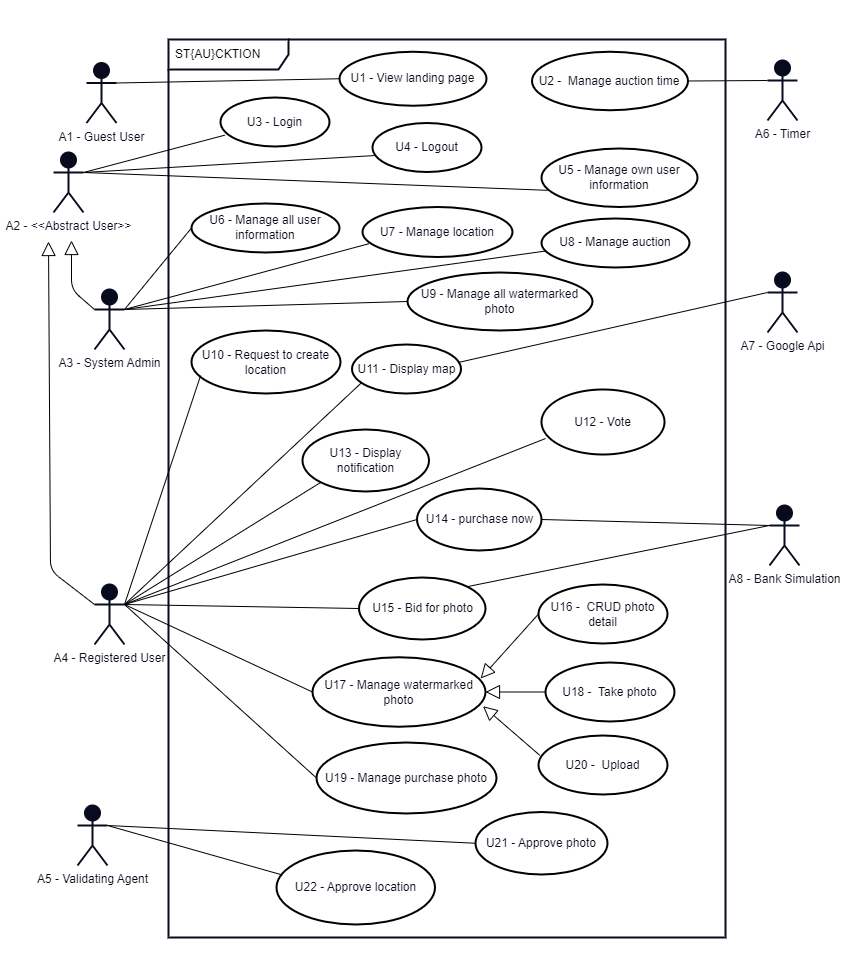
staucktion/docs keeps this draw.io diagram as diagrams/use-case-diagram/staucktion/use-case-diagram.png. Above is the earlier version. Source tidied: cells renumbered, new cells last; positions are measured from the earlier drawing's top-left corner, leaving out a move shared by most shapes. Source of this version:
```xml
<mxGraphModel background="#FFFFFF">
  <root>
    <mxCell id="0" />
    <mxCell id="1" parent="0" />
    <mxCell id="2" style="rounded=0;whiteSpace=wrap;html=1;strokeColor=#FFFFFF;strokeWidth=2;fontColor=#070B1D;fillColor=none;gradientColor=none;" parent="1" vertex="1">
      <mxGeometry width="839" height="955" as="geometry" />
    </mxCell>
    <mxCell id="3" value="ST{AU}CKTION" style="shape=umlFrame;whiteSpace=wrap;html=1;width=120;height=30;boundedLbl=1;verticalAlign=middle;align=left;spacingLeft=5;strokeWidth=2;swimlaneFillColor=none;perimeterSpacing=1;strokeColor=#070B1D;" parent="1" vertex="1">
      <mxGeometry x="167" y="38" width="557" height="898" as="geometry" />
    </mxCell>
    <mxCell id="4" value="&lt;font color=&quot;#070b1d&quot;&gt;A2 - &amp;lt;&amp;lt;Abstract User&amp;gt;&amp;gt;&lt;br&gt;&lt;/font&gt;" style="shape=umlActor;verticalLabelPosition=bottom;verticalAlign=top;html=1;strokeColor=#070B1D;strokeWidth=2;fillColor=#070B1D;gradientColor=none;" parent="1" vertex="1">
      <mxGeometry x="52" y="151" width="30" height="60" as="geometry" />
    </mxCell>
    <mxCell id="5" value="U7 - Manage location" style="ellipse;whiteSpace=wrap;html=1;strokeColor=#000000;strokeWidth=2;fontColor=#070B1D;fillColor=none;gradientColor=none;" parent="1" vertex="1">
      <mxGeometry x="361" y="205.5" width="150" height="50" as="geometry" />
    </mxCell>
    <mxCell id="6" value="U5 - Manage own user information" style="ellipse;whiteSpace=wrap;html=1;strokeColor=#000000;strokeWidth=2;fontColor=#070B1D;fillColor=none;gradientColor=none;" parent="1" vertex="1">
      <mxGeometry x="540" y="147" width="156" height="58.5" as="geometry" />
    </mxCell>
    <mxCell id="7" value="U20 -&amp;nbsp; Upload" style="ellipse;whiteSpace=wrap;html=1;strokeColor=#000000;strokeWidth=2;fontColor=#070B1D;fillColor=none;gradientColor=none;" parent="1" vertex="1">
      <mxGeometry x="537" y="734" width="129" height="59" as="geometry" />
    </mxCell>
    <mxCell id="8" value="U3 - Login" style="ellipse;whiteSpace=wrap;html=1;strokeColor=#000000;strokeWidth=2;fontColor=#070B1D;fillColor=none;gradientColor=none;" parent="1" vertex="1">
      <mxGeometry x="219" y="96" width="109" height="49" as="geometry" />
    </mxCell>
    <mxCell id="9" value="U4 - Logout" style="ellipse;whiteSpace=wrap;html=1;strokeColor=#000000;strokeWidth=2;fontColor=#070B1D;fillColor=none;gradientColor=none;" parent="1" vertex="1">
      <mxGeometry x="371" y="121.5" width="109" height="49" as="geometry" />
    </mxCell>
    <mxCell id="10" value="U15 -&amp;nbsp;Bid for photo" style="ellipse;whiteSpace=wrap;html=1;strokeColor=#000000;strokeWidth=2;fontColor=#070B1D;fillColor=none;gradientColor=none;" parent="1" vertex="1">
      <mxGeometry x="357.5" y="576" width="126.5" height="62" as="geometry" />
    </mxCell>
    <mxCell id="11" value="&lt;font color=&quot;#070b1d&quot;&gt;A8 - Bank Simulation&lt;br&gt;&lt;/font&gt;" style="shape=umlActor;verticalLabelPosition=bottom;verticalAlign=top;html=1;strokeColor=#070B1D;strokeWidth=2;fillColor=#070B1D;gradientColor=none;" parent="1" vertex="1">
      <mxGeometry x="768" y="504" width="30" height="60" as="geometry" />
    </mxCell>
    <mxCell id="12" value="&lt;font color=&quot;#070b1d&quot;&gt;A7 - Google Api&lt;br&gt;&lt;/font&gt;" style="shape=umlActor;verticalLabelPosition=bottom;verticalAlign=top;html=1;strokeColor=#070B1D;strokeWidth=2;fillColor=#070B1D;gradientColor=none;" parent="1" vertex="1">
      <mxGeometry x="766" y="271" width="30" height="60" as="geometry" />
    </mxCell>
    <mxCell id="13" value="&lt;font color=&quot;#070b1d&quot;&gt;A3 - System Admin&lt;br&gt;&lt;/font&gt;" style="shape=umlActor;verticalLabelPosition=bottom;verticalAlign=top;html=1;strokeColor=#070B1D;strokeWidth=2;fillColor=#070B1D;gradientColor=none;" parent="1" vertex="1">
      <mxGeometry x="93" y="288" width="30" height="60" as="geometry" />
    </mxCell>
    <mxCell id="14" value="U14 - purchase now" style="ellipse;whiteSpace=wrap;html=1;strokeColor=#000000;strokeWidth=2;fontColor=#070B1D;fillColor=none;gradientColor=none;" parent="1" vertex="1">
      <mxGeometry x="415.5" y="487" width="124.5" height="62" as="geometry" />
    </mxCell>
    <mxCell id="15" value="U12 - Vote" style="ellipse;whiteSpace=wrap;html=1;strokeColor=#000000;strokeWidth=2;fontColor=#070B1D;fillColor=none;gradientColor=none;" parent="1" vertex="1">
      <mxGeometry x="540" y="388" width="123" height="65" as="geometry" />
    </mxCell>
    <mxCell id="16" value="U17 - Manage watermarked photo" style="ellipse;whiteSpace=wrap;html=1;strokeColor=#000000;strokeWidth=2;fontColor=#070B1D;fillColor=none;gradientColor=none;" parent="1" vertex="1">
      <mxGeometry x="311" y="655.8" width="173" height="69.5" as="geometry" />
    </mxCell>
    <mxCell id="17" value="U21 - Approve photo" style="ellipse;whiteSpace=wrap;html=1;strokeColor=#000000;strokeWidth=2;fontColor=#070B1D;fillColor=none;gradientColor=none;" parent="1" vertex="1">
      <mxGeometry x="474" y="810.5" width="132" height="62.5" as="geometry" />
    </mxCell>
    <mxCell id="18" value="&lt;font color=&quot;#070b1d&quot;&gt;A5 - Validating Agent&lt;br&gt;&lt;/font&gt;" style="shape=umlActor;verticalLabelPosition=bottom;verticalAlign=top;html=1;strokeColor=#070B1D;strokeWidth=2;fillColor=#070B1D;gradientColor=none;" parent="1" vertex="1">
      <mxGeometry x="76" y="804" width="30" height="60" as="geometry" />
    </mxCell>
    <mxCell id="19" style="endArrow=none;html=1;rounded=1;strokeColor=#000000;fontColor=#070B1D;exitX=1;exitY=0.5;exitDx=0;exitDy=0;entryX=0;entryY=0.3333333333333333;entryDx=0;entryDy=0;entryPerimeter=0;" parent="1" edge="1" source="14" target="11">
      <mxGeometry relative="1" as="geometry" />
    </mxCell>
    <mxCell id="20" style="endArrow=none;html=1;strokeColor=#000000;exitX=0.041;exitY=0.768;exitDx=0;exitDy=0;entryX=1;entryY=0.3333333333333333;entryDx=0;entryDy=0;entryPerimeter=0;exitPerimeter=0;" parent="1" edge="1" source="8" target="4">
      <mxGeometry relative="1" as="geometry" />
    </mxCell>
    <mxCell id="21" style="endArrow=none;html=1;strokeColor=#000000;exitX=0.022;exitY=0.664;exitDx=0;exitDy=0;entryX=1;entryY=0.3333333333333333;entryDx=0;entryDy=0;entryPerimeter=0;exitPerimeter=0;" parent="1" edge="1" source="9" target="4">
      <mxGeometry relative="1" as="geometry" />
    </mxCell>
    <mxCell id="22" style="endArrow=none;html=1;strokeColor=#000000;exitX=0.04;exitY=0.715;exitDx=0;exitDy=0;entryX=1;entryY=0.3333333333333333;entryDx=0;entryDy=0;entryPerimeter=0;exitPerimeter=0;" parent="1" edge="1" source="6" target="4">
      <mxGeometry relative="1" as="geometry" />
    </mxCell>
    <mxCell id="23" style="endArrow=none;html=1;strokeColor=#000000;entryX=1;entryY=0.3333333333333333;entryDx=0;entryDy=0;exitX=0.044;exitY=0.733;exitDx=0;exitDy=0;entryPerimeter=0;exitPerimeter=0;" parent="1" edge="1" source="5" target="13">
      <mxGeometry relative="1" as="geometry" />
    </mxCell>
    <mxCell id="24" style="endArrow=none;html=1;strokeColor=#000000;entryX=1;entryY=0.3333333333333333;entryDx=0;entryDy=0;exitX=0;exitY=0.5;exitDx=0;exitDy=0;entryPerimeter=0;" parent="1" edge="1" source="17" target="18">
      <mxGeometry relative="1" as="geometry" />
    </mxCell>
    <mxCell id="25" style="endArrow=none;html=1;strokeColor=#000000;entryX=1;entryY=0.3333333333333333;entryDx=0;entryDy=0;exitX=0;exitY=0.5;exitDx=0;exitDy=0;entryPerimeter=0;" parent="1" edge="1" source="16" target="34">
      <mxGeometry relative="1" as="geometry" />
    </mxCell>
    <mxCell id="26" style="endArrow=none;html=1;strokeColor=#000000;entryX=1;entryY=0.3333333333333333;entryDx=0;entryDy=0;exitX=0;exitY=0.5;exitDx=0;exitDy=0;entryPerimeter=0;" parent="1" edge="1" source="10" target="34">
      <mxGeometry relative="1" as="geometry" />
    </mxCell>
    <mxCell id="27" style="endArrow=none;html=1;strokeColor=#000000;entryX=1;entryY=0.3333333333333333;entryDx=0;entryDy=0;exitX=0;exitY=0.5;exitDx=0;exitDy=0;entryPerimeter=0;" parent="1" edge="1" source="14" target="34">
      <mxGeometry relative="1" as="geometry" />
    </mxCell>
    <mxCell id="28" value="U1 - View landing page" style="ellipse;whiteSpace=wrap;html=1;strokeColor=#000000;strokeWidth=2;fontColor=#070B1D;fillColor=none;gradientColor=none;" parent="1" vertex="1">
      <mxGeometry x="338" y="50.2" width="147" height="54" as="geometry" />
    </mxCell>
    <mxCell id="29" value="&lt;font color=&quot;#070b1d&quot;&gt;A1 - Guest User&lt;br&gt;&lt;/font&gt;" style="shape=umlActor;verticalLabelPosition=bottom;verticalAlign=top;html=1;strokeColor=#070B1D;strokeWidth=2;fillColor=#070B1D;gradientColor=none;" parent="1" vertex="1">
      <mxGeometry x="85" y="61.5" width="30" height="60" as="geometry" />
    </mxCell>
    <mxCell id="30" style="endArrow=none;html=1;strokeColor=#000000;exitX=0;exitY=0.5;exitDx=0;exitDy=0;entryX=1;entryY=0.3333333333333333;entryDx=0;entryDy=0;entryPerimeter=0;exitPerimeter=0;" parent="1" edge="1" source="28" target="29">
      <mxGeometry relative="1" as="geometry" />
    </mxCell>
    <mxCell id="31" style="edgeStyle=none;html=1;endSize=12;endArrow=block;endFill=0;strokeColor=#000000;exitX=0;exitY=0.3333333333333333;exitDx=0;exitDy=0;exitPerimeter=0;" parent="1" edge="1" source="13">
      <mxGeometry relative="1" as="geometry">
        <mxPoint x="70" y="239" as="targetPoint" />
        <Array as="points">
          <mxPoint x="70" y="288" />
        </Array>
      </mxGeometry>
    </mxCell>
    <mxCell id="32" style="edgeStyle=none;html=1;endSize=12;endArrow=block;endFill=0;strokeColor=#000000;exitX=0;exitY=0.3333333333333333;exitDx=0;exitDy=0;exitPerimeter=0;" parent="1" edge="1" source="34">
      <mxGeometry relative="1" as="geometry">
        <mxPoint x="47" y="240" as="targetPoint" />
        <Array as="points">
          <mxPoint x="49" y="569" />
        </Array>
      </mxGeometry>
    </mxCell>
    <mxCell id="33" style="endArrow=none;html=1;rounded=1;strokeColor=#000000;fontColor=#070B1D;exitX=1;exitY=0;exitDx=0;exitDy=0;entryX=0;entryY=0.3333333333333333;entryDx=0;entryDy=0;entryPerimeter=0;" parent="1" edge="1" source="10" target="11">
      <mxGeometry relative="1" as="geometry" />
    </mxCell>
    <mxCell id="34" value="&lt;font color=&quot;#070b1d&quot;&gt;A4 - Registered User&lt;br&gt;&lt;/font&gt;" style="shape=umlActor;verticalLabelPosition=bottom;verticalAlign=top;html=1;strokeColor=#070B1D;strokeWidth=2;fillColor=#070B1D;gradientColor=none;" parent="1" vertex="1">
      <mxGeometry x="93" y="583" width="30" height="60" as="geometry" />
    </mxCell>
    <mxCell id="35" value="U10 - Request to create location" style="ellipse;whiteSpace=wrap;html=1;strokeColor=#000000;strokeWidth=2;fontColor=#070B1D;fillColor=none;gradientColor=none;" parent="1" vertex="1">
      <mxGeometry x="190" y="329" width="149" height="63" as="geometry" />
    </mxCell>
    <mxCell id="36" value="U22 -&amp;nbsp;Approve location" style="ellipse;whiteSpace=wrap;html=1;strokeColor=#000000;strokeWidth=2;fontColor=#070B1D;fillColor=none;gradientColor=none;" parent="1" vertex="1">
      <mxGeometry x="275" y="849" width="158.5" height="74" as="geometry" />
    </mxCell>
    <mxCell id="37" style="endArrow=none;html=1;strokeColor=#000000;entryX=1;entryY=0.3333333333333333;entryDx=0;entryDy=0;exitX=0.032;exitY=0.328;exitDx=0;exitDy=0;entryPerimeter=0;exitPerimeter=0;" parent="1" edge="1" source="36" target="18">
      <mxGeometry relative="1" as="geometry" />
    </mxCell>
    <mxCell id="38" value="U11 -&amp;nbsp;Display map" style="ellipse;whiteSpace=wrap;html=1;strokeColor=#000000;strokeWidth=2;fontColor=#070B1D;fillColor=none;gradientColor=none;" parent="1" vertex="1">
      <mxGeometry x="350.5" y="343" width="109" height="49" as="geometry" />
    </mxCell>
    <mxCell id="39" style="endArrow=none;html=1;strokeColor=#000000;exitX=0.084;exitY=0.787;exitDx=0;exitDy=0;entryX=1;entryY=0.3333333333333333;entryDx=0;entryDy=0;entryPerimeter=0;exitPerimeter=0;" parent="1" edge="1" source="38" target="34">
      <mxGeometry relative="1" as="geometry" />
    </mxCell>
    <mxCell id="40" style="endArrow=none;html=1;strokeColor=#000000;entryX=0;entryY=0.3333333333333333;entryDx=0;entryDy=0;entryPerimeter=0;exitX=0.987;exitY=0.361;exitDx=0;exitDy=0;exitPerimeter=0;" parent="1" edge="1" source="38" target="12">
      <mxGeometry relative="1" as="geometry" />
    </mxCell>
    <mxCell id="41" style="endArrow=none;html=1;strokeColor=#000000;exitX=0.061;exitY=0.716;exitDx=0;exitDy=0;entryX=1;entryY=0.3333333333333333;entryDx=0;entryDy=0;entryPerimeter=0;exitPerimeter=0;" parent="1" edge="1" source="35" target="34">
      <mxGeometry relative="1" as="geometry" />
    </mxCell>
    <mxCell id="42" value="&lt;font color=&quot;#070b1d&quot;&gt;A6 - Timer&lt;br&gt;&lt;/font&gt;" style="shape=umlActor;verticalLabelPosition=bottom;verticalAlign=top;html=1;strokeColor=#070B1D;strokeWidth=2;fillColor=#070B1D;gradientColor=none;" parent="1" vertex="1">
      <mxGeometry x="766" y="59" width="30" height="60" as="geometry" />
    </mxCell>
    <mxCell id="43" value="U2 -&amp;nbsp;&amp;nbsp;Manage auction time" style="ellipse;whiteSpace=wrap;html=1;strokeColor=#000000;strokeWidth=2;fontColor=#070B1D;fillColor=none;gradientColor=none;" parent="1" vertex="1">
      <mxGeometry x="530.5" y="50.2" width="156" height="58.5" as="geometry" />
    </mxCell>
    <mxCell id="44" style="endArrow=none;html=1;strokeColor=#000000;exitX=0;exitY=0.3333333333333333;exitDx=0;exitDy=0;entryX=1;entryY=0.5;entryDx=0;entryDy=0;exitPerimeter=0;" parent="1" edge="1" source="42" target="43">
      <mxGeometry relative="1" as="geometry" />
    </mxCell>
    <mxCell id="45" value="U6 - Manage all user information" style="ellipse;whiteSpace=wrap;html=1;strokeColor=#000000;strokeWidth=2;fontColor=#070B1D;fillColor=none;gradientColor=none;" parent="1" vertex="1">
      <mxGeometry x="190" y="202" width="148" height="49" as="geometry" />
    </mxCell>
    <mxCell id="46" style="endArrow=none;html=1;strokeColor=#000000;entryX=1;entryY=0.3333333333333333;entryDx=0;entryDy=0;exitX=0;exitY=0.5;exitDx=0;exitDy=0;entryPerimeter=0;" parent="1" edge="1" source="45" target="13">
      <mxGeometry relative="1" as="geometry" />
    </mxCell>
    <mxCell id="47" value="U8 - Manage auction" style="ellipse;whiteSpace=wrap;html=1;strokeColor=#000000;strokeWidth=2;fontColor=#070B1D;fillColor=none;gradientColor=none;" parent="1" vertex="1">
      <mxGeometry x="540" y="217" width="148" height="49" as="geometry" />
    </mxCell>
    <mxCell id="48" style="endArrow=none;html=1;strokeColor=#000000;entryX=1;entryY=0.3333333333333333;entryDx=0;entryDy=0;exitX=0.023;exitY=0.666;exitDx=0;exitDy=0;entryPerimeter=0;exitPerimeter=0;" parent="1" edge="1" source="47" target="13">
      <mxGeometry relative="1" as="geometry" />
    </mxCell>
    <mxCell id="49" value="U9 - Manage all watermarked photo" style="ellipse;whiteSpace=wrap;html=1;strokeColor=#000000;strokeWidth=2;fontColor=#070B1D;fillColor=none;gradientColor=none;" parent="1" vertex="1">
      <mxGeometry x="406" y="271" width="185" height="58" as="geometry" />
    </mxCell>
    <mxCell id="50" style="endArrow=none;html=1;strokeColor=#000000;entryX=1;entryY=0.3333333333333333;entryDx=0;entryDy=0;exitX=0;exitY=0.5;exitDx=0;exitDy=0;entryPerimeter=0;" parent="1" edge="1" source="49" target="13">
      <mxGeometry relative="1" as="geometry" />
    </mxCell>
    <mxCell id="51" value="U13 - Display notification" style="ellipse;whiteSpace=wrap;html=1;strokeColor=#000000;strokeWidth=2;fontColor=#070B1D;fillColor=none;gradientColor=none;" parent="1" vertex="1">
      <mxGeometry x="301" y="428" width="126.5" height="62" as="geometry" />
    </mxCell>
    <mxCell id="52" style="endArrow=none;html=1;strokeColor=#000000;entryX=1;entryY=0.3333333333333333;entryDx=0;entryDy=0;exitX=0;exitY=1;exitDx=0;exitDy=0;entryPerimeter=0;" parent="1" edge="1" source="51" target="34">
      <mxGeometry relative="1" as="geometry" />
    </mxCell>
    <mxCell id="53" style="endArrow=none;html=1;strokeColor=#000000;exitX=0;exitY=0.5;exitDx=0;exitDy=0;entryX=1;entryY=0.3333333333333333;entryDx=0;entryDy=0;entryPerimeter=0;" parent="1" edge="1" source="54" target="34">
      <mxGeometry relative="1" as="geometry" />
    </mxCell>
    <mxCell id="54" value="U19 - Manage purchase photo" style="ellipse;whiteSpace=wrap;html=1;strokeColor=#000000;strokeWidth=2;fontColor=#070B1D;fillColor=none;gradientColor=none;" parent="1" vertex="1">
      <mxGeometry x="315" y="741" width="180" height="71" as="geometry" />
    </mxCell>
    <mxCell id="55" value="U18 -&amp;nbsp; Take photo" style="ellipse;whiteSpace=wrap;html=1;strokeColor=#000000;strokeWidth=2;fontColor=#070B1D;fillColor=none;gradientColor=none;" parent="1" vertex="1">
      <mxGeometry x="544" y="661" width="129" height="59" as="geometry" />
    </mxCell>
    <mxCell id="56" value="U16 -&amp;nbsp; CRUD photo detail" style="ellipse;whiteSpace=wrap;html=1;strokeColor=#000000;strokeWidth=2;fontColor=#070B1D;fillColor=none;gradientColor=none;" parent="1" vertex="1">
      <mxGeometry x="537" y="583" width="129" height="59" as="geometry" />
    </mxCell>
    <mxCell id="57" style="edgeStyle=none;html=1;endSize=12;endArrow=block;endFill=0;strokeColor=#000000;entryX=0.972;entryY=0.305;entryDx=0;entryDy=0;exitX=0;exitY=0.5;exitDx=0;exitDy=0;entryPerimeter=0;" parent="1" edge="1" source="56" target="16">
      <mxGeometry relative="1" as="geometry" />
    </mxCell>
    <mxCell id="58" style="endArrow=none;html=1;strokeColor=#000000;exitX=1;exitY=0.3333333333333333;exitDx=0;exitDy=0;entryX=0.033;entryY=0.754;entryDx=0;entryDy=0;exitPerimeter=0;entryPerimeter=0;" parent="1" edge="1" source="34" target="15">
      <mxGeometry relative="1" as="geometry" />
    </mxCell>
    <mxCell id="59" style="edgeStyle=none;html=1;endSize=12;endArrow=block;endFill=0;strokeColor=#000000;entryX=1;entryY=0.5;entryDx=0;entryDy=0;exitX=0;exitY=0.5;exitDx=0;exitDy=0;" parent="1" edge="1" source="55" target="16">
      <mxGeometry relative="1" as="geometry" />
    </mxCell>
    <mxCell id="60" style="edgeStyle=none;html=1;endSize=12;endArrow=block;endFill=0;strokeColor=#000000;entryX=0.986;entryY=0.705;entryDx=0;entryDy=0;entryPerimeter=0;exitX=0.01;exitY=0.336;exitDx=0;exitDy=0;exitPerimeter=0;" parent="1" edge="1" source="7" target="16">
      <mxGeometry relative="1" as="geometry" />
    </mxCell>
  </root>
</mxGraphModel>
```
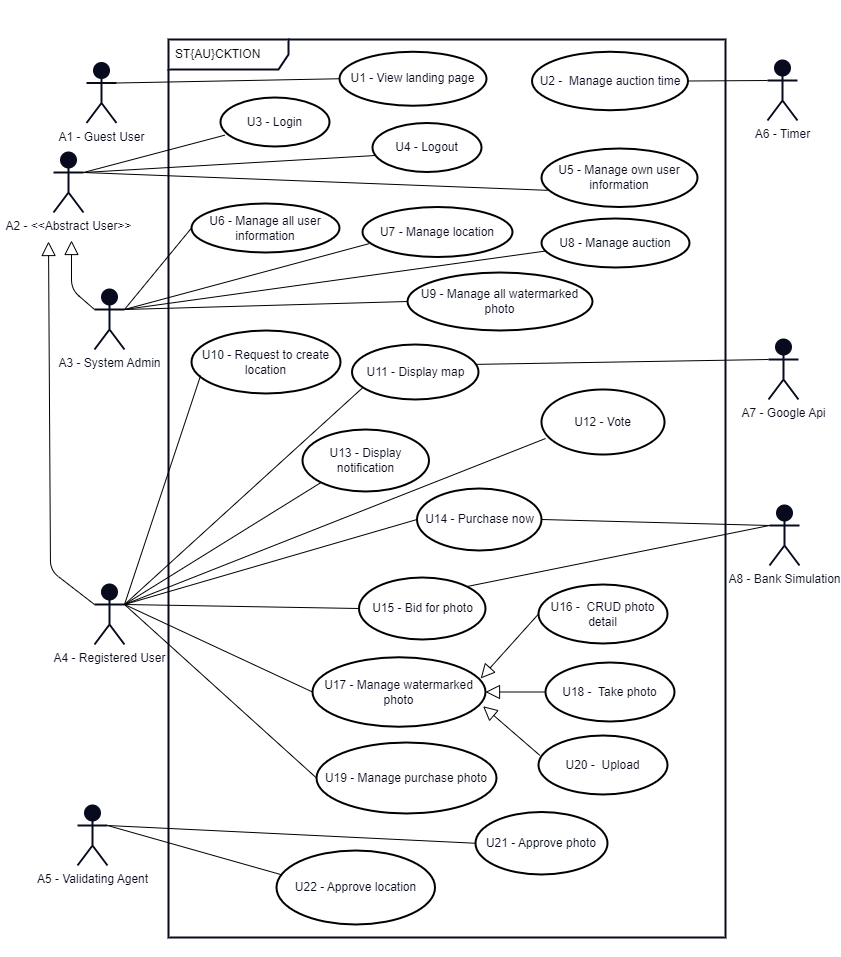
Above is the later version.

Commit message:
update use case diagram

The edit, as a diff of the source:
```diff
@@ -33,12 +33,12 @@
       <mxGeometry x="768" y="504" width="30" height="60" as="geometry" />
     </mxCell>
     <mxCell id="12" value="&lt;font color=&quot;#070b1d&quot;&gt;A7 - Google Api&lt;br&gt;&lt;/font&gt;" style="shape=umlActor;verticalLabelPosition=bottom;verticalAlign=top;html=1;strokeColor=#070B1D;strokeWidth=2;fillColor=#070B1D;gradientColor=none;" parent="1" vertex="1">
-      <mxGeometry x="766" y="271" width="30" height="60" as="geometry" />
+      <mxGeometry x="767" y="338" width="30" height="60" as="geometry" />
     </mxCell>
     <mxCell id="13" value="&lt;font color=&quot;#070b1d&quot;&gt;A3 - System Admin&lt;br&gt;&lt;/font&gt;" style="shape=umlActor;verticalLabelPosition=bottom;verticalAlign=top;html=1;strokeColor=#070B1D;strokeWidth=2;fillColor=#070B1D;gradientColor=none;" parent="1" vertex="1">
       <mxGeometry x="93" y="288" width="30" height="60" as="geometry" />
     </mxCell>
-    <mxCell id="14" value="U14 - purchase now" style="ellipse;whiteSpace=wrap;html=1;strokeColor=#000000;strokeWidth=2;fontColor=#070B1D;fillColor=none;gradientColor=none;" parent="1" vertex="1">
+    <mxCell id="14" value="U14 - Purchase now" style="ellipse;whiteSpace=wrap;html=1;strokeColor=#000000;strokeWidth=2;fontColor=#070B1D;fillColor=none;gradientColor=none;" parent="1" vertex="1">
       <mxGeometry x="415.5" y="487" width="124.5" height="62" as="geometry" />
     </mxCell>
     <mxCell id="15" value="U12 - Vote" style="ellipse;whiteSpace=wrap;html=1;strokeColor=#000000;strokeWidth=2;fontColor=#070B1D;fillColor=none;gradientColor=none;" parent="1" vertex="1">
@@ -121,7 +121,7 @@
       <mxGeometry relative="1" as="geometry" />
     </mxCell>
     <mxCell id="38" value="U11 -&amp;nbsp;Display map" style="ellipse;whiteSpace=wrap;html=1;strokeColor=#000000;strokeWidth=2;fontColor=#070B1D;fillColor=none;gradientColor=none;" parent="1" vertex="1">
-      <mxGeometry x="350.5" y="343" width="109" height="49" as="geometry" />
+      <mxGeometry x="350.5" y="343" width="126.5" height="55" as="geometry" />
     </mxCell>
     <mxCell id="39" style="endArrow=none;html=1;strokeColor=#000000;exitX=0.084;exitY=0.787;exitDx=0;exitDy=0;entryX=1;entryY=0.3333333333333333;entryDx=0;entryDy=0;entryPerimeter=0;exitPerimeter=0;" parent="1" edge="1" source="38" target="34">
       <mxGeometry relative="1" as="geometry" />
```
